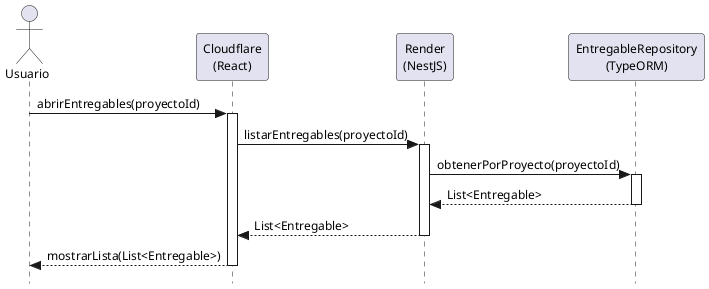
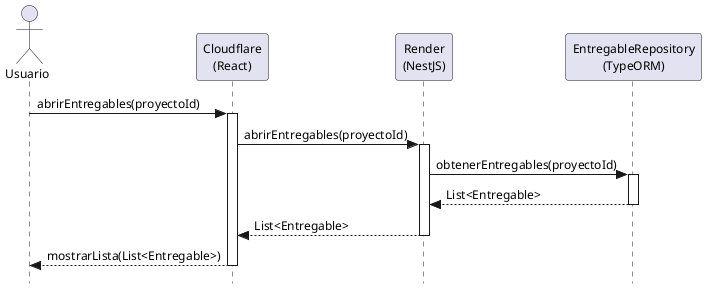
@startuml abrirEntregables-diseño
skinparam style strictuml
skinparam backgroundColor white
skinparam shadowing false
skinparam DefaultFontColor black
skinparam DefaultFontSize 12
skinparam linetype polyline

actor Usuario
participant "Cloudflare\n(React)" as View
participant "Render\n(NestJS)" as Controller
participant "EntregableRepository\n(TypeORM)" as Repository

Usuario -> View: abrirEntregables(proyectoId)
activate View

- View -> Controller: listarEntregables(proyectoId)
+ View -> Controller: abrirEntregables(proyectoId)
activate Controller

- Controller -> Repository: obtenerPorProyecto(proyectoId)
+ Controller -> Repository: obtenerEntregables(proyectoId)
activate Repository

Repository --> Controller: List<Entregable>
deactivate Repository

Controller --> View: List<Entregable>
deactivate Controller

View --> Usuario: mostrarLista(List<Entregable>)
deactivate View

- @enduml+ @enduml
